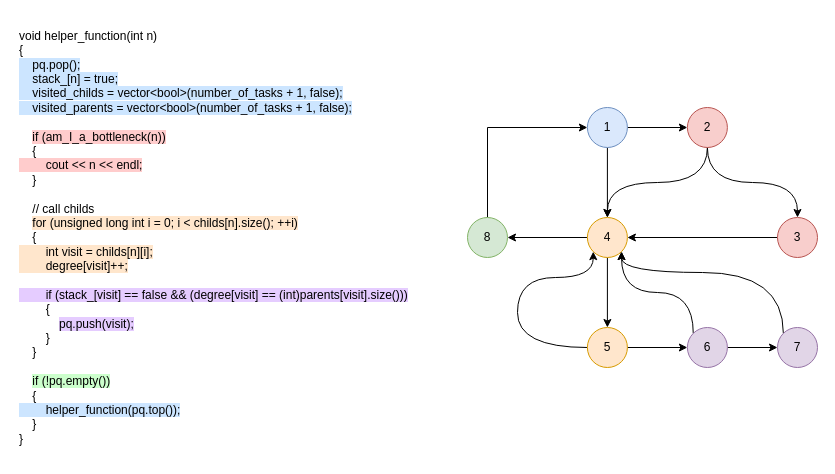
Above: part2/diagrams/control_flow/helper_function.drawio in Squalexy/QCS-Project (draw.io), before the change. Source tidied: cells renumbered, new cells numbered last; positions are measured from the earlier drawing's top-left corner, leaving out a move shared by most shapes. Both pictures are drawn from the tidied source at 100%, with x=0, y=0 at pixel (17, 17).
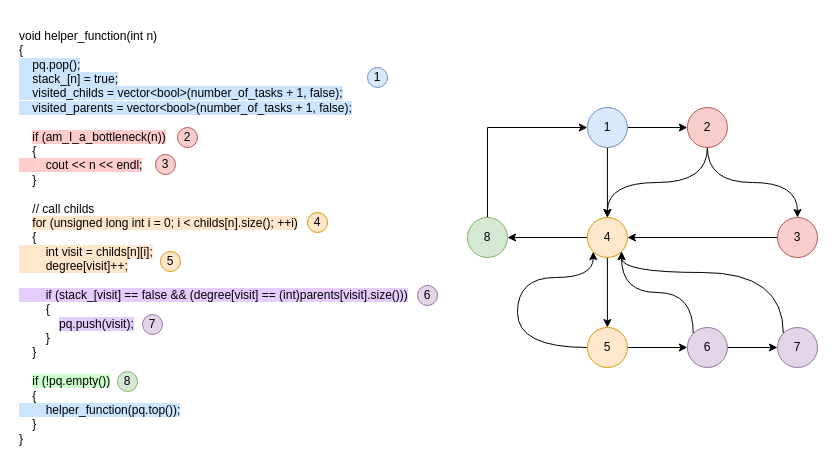
The same diagram, later.

Diff of the diagram source:
```diff
@@
+    <mxCell id="25" value="1" style="ellipse;whiteSpace=wrap;html=1;fillColor=#dae8fc;strokeColor=#6c8ebf;" parent="1" vertex="1">
+      <mxGeometry x="350" y="50" width="20" height="20" as="geometry" />
+    </mxCell>
+    <mxCell id="26" value="2" style="ellipse;whiteSpace=wrap;html=1;fillColor=#f8cecc;strokeColor=#b85450;" parent="1" vertex="1">
+      <mxGeometry x="160" y="110" width="20" height="20" as="geometry" />
+    </mxCell>
+    <mxCell id="27" value="3" style="ellipse;whiteSpace=wrap;html=1;fillColor=#f8cecc;strokeColor=#b85450;" parent="1" vertex="1">
+      <mxGeometry x="138" y="137" width="20" height="20" as="geometry" />
+    </mxCell>
+    <mxCell id="28" value="4" style="ellipse;whiteSpace=wrap;html=1;fillColor=#ffe6cc;strokeColor=#d79b00;" parent="1" vertex="1">
+      <mxGeometry x="290" y="195" width="20" height="20" as="geometry" />
+    </mxCell>
+    <mxCell id="29" value="5" style="ellipse;whiteSpace=wrap;html=1;fillColor=#ffe6cc;strokeColor=#d79b00;" parent="1" vertex="1">
+      <mxGeometry x="143" y="234" width="20" height="20" as="geometry" />
+    </mxCell>
+    <mxCell id="30" value="6" style="ellipse;whiteSpace=wrap;html=1;fillColor=#e1d5e7;strokeColor=#9673a6;" parent="1" vertex="1">
+      <mxGeometry x="400" y="268" width="20" height="20" as="geometry" />
+    </mxCell>
+    <mxCell id="31" value="7" style="ellipse;whiteSpace=wrap;html=1;fillColor=#e1d5e7;strokeColor=#9673a6;" parent="1" vertex="1">
+      <mxGeometry x="125" y="297" width="20" height="20" as="geometry" />
+    </mxCell>
+    <mxCell id="32" value="8" style="ellipse;whiteSpace=wrap;html=1;fillColor=#d5e8d4;strokeColor=#82b366;" parent="1" vertex="1">
+      <mxGeometry x="100" y="354" width="20" height="20" as="geometry" />
+    </mxCell>
```
